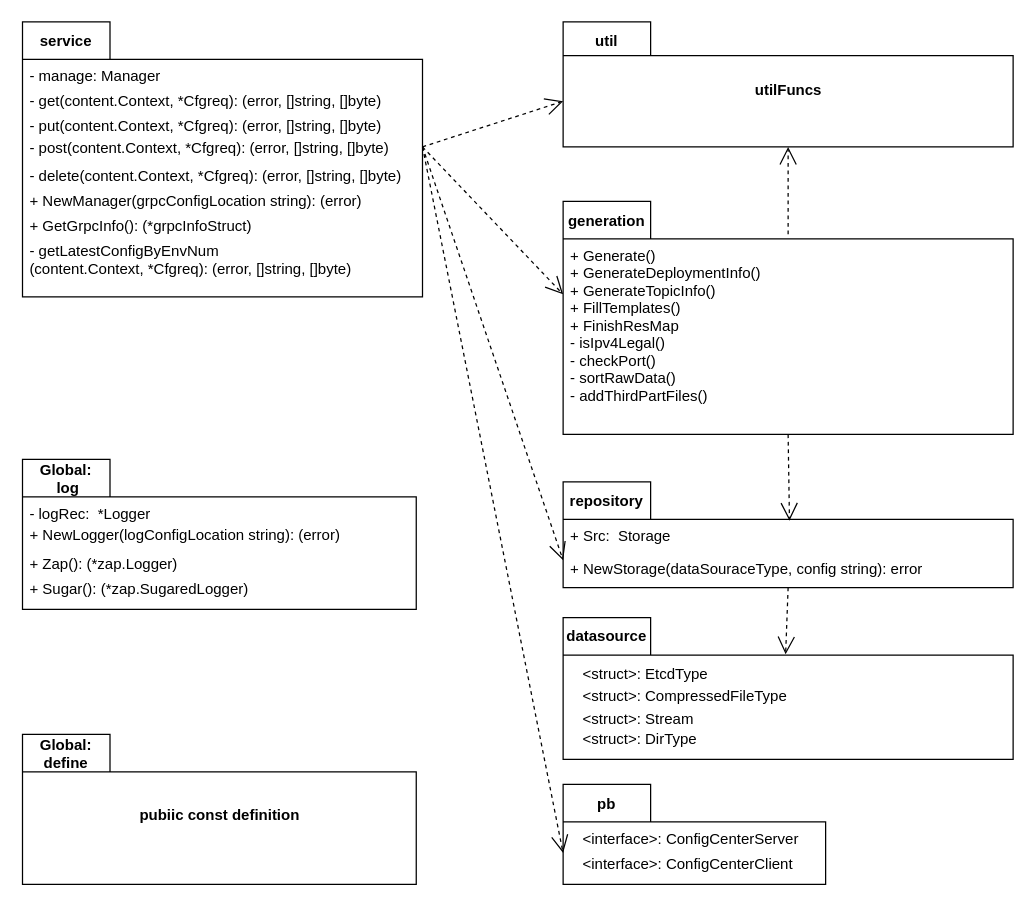
Above: page "包图" (1 of 18) of docs/details/drawiofiles/概设原始图.drawio in dalgorithm-bastar/configer (draw.io), before the change. Source tidied: cells renumbered, new cells numbered last; positions are measured from the earlier drawing's top-left corner, leaving out a move shared by most shapes. Both pictures are drawn from the tidied source at 125%, with x=0, y=0 at pixel (22, 21).
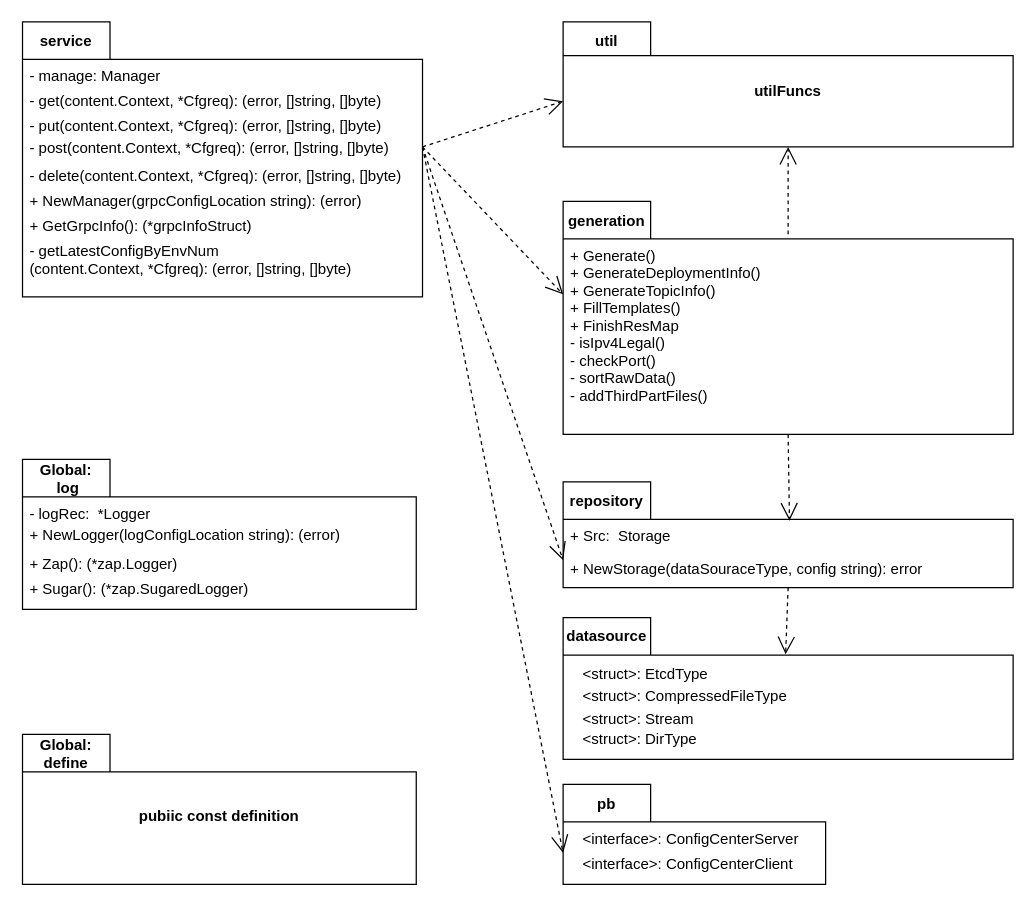
The same diagram, later.

The edit, as a diff of the source:
```diff
@@
-    <mxCell id="21" value="utilFuncs" style="shape=folder;fontStyle=1;spacingTop=10;tabWidth=70;tabHeight=27;tabPosition=left;html=1;" parent="1" vertex="1">
+    <mxCell id="21" value="utilFuncs" style="shape=folder;fontStyle=1;spacingTop=10;tabWidth=70;tabHeight=27;tabPosition=left;" parent="1" vertex="1">
       <mxGeometry x="432" width="360" height="100" as="geometry" />
     </mxCell>
@@
-    <mxCell id="41" value="pubiic const definition" style="shape=folder;fontStyle=1;spacingTop=10;tabWidth=70;tabHeight=30;tabPosition=left;html=1;" parent="1" vertex="1">
+    <mxCell id="41" value="pubiic const definition" style="shape=folder;fontStyle=1;spacingTop=10;tabWidth=70;tabHeight=30;tabPosition=left;" parent="1" vertex="1">
       <mxGeometry x="-0.5" y="570" width="315" height="120" as="geometry" />
     </mxCell>
```
